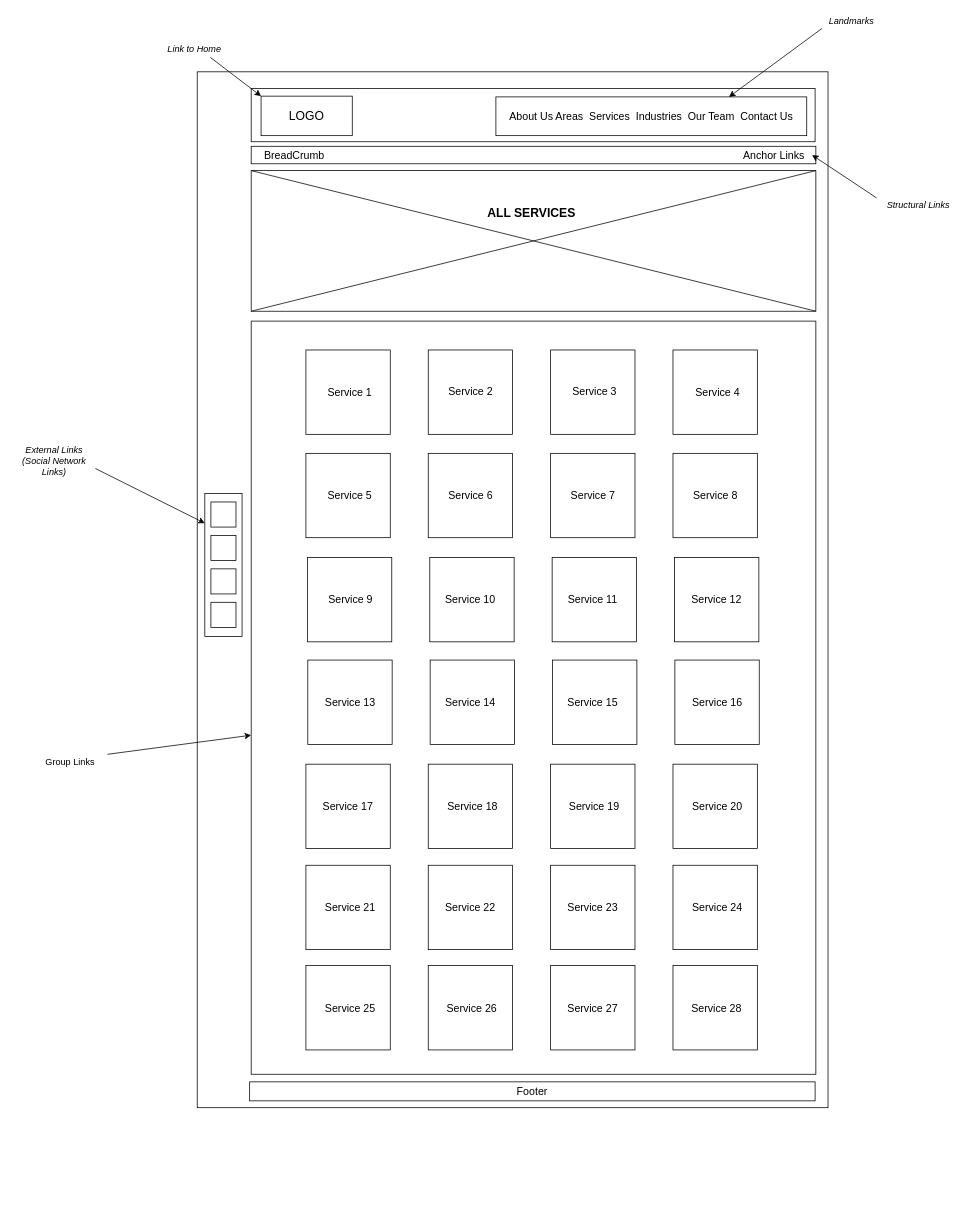
Above: Design Documents/Wireframes/AllServices.drawio in manzomanze/HypermediaApplicationsProject-Manzella-Messuti-Pelagatti-Pellizzer (draw.io), before the change. Source tidied: cells renumbered, new cells numbered last; positions are measured from the earlier drawing's top-left corner, leaving out a move shared by most shapes. Both pictures are drawn from the tidied source at 76%, with x=0, y=0 at pixel (13, 13).
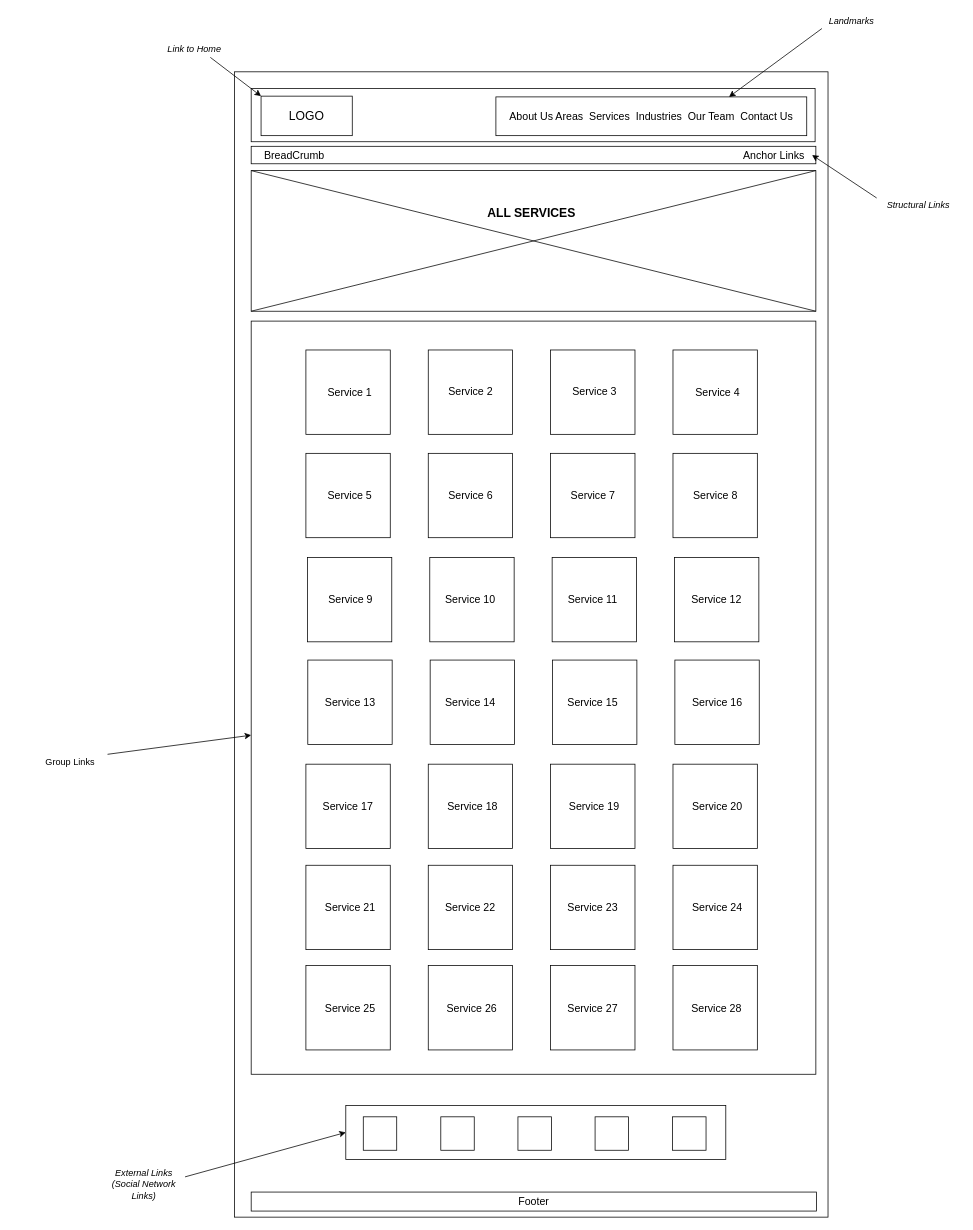
After the change.

Change to the diagram source:
```diff
@@
     <mxCell id="2" style="rounded=0;whiteSpace=wrap;html=1;fillColor=none;" parent="1" vertex="1">
-      <mxGeometry x="242" y="77" width="830" height="1363" as="geometry" />
+      <mxGeometry x="291" y="77" width="781" height="1507" as="geometry" />
     </mxCell>
@@
     <mxCell id="19" value="&lt;font style=&quot;font-size: 14px&quot;&gt;Footer&lt;/font&gt;" style="rounded=0;whiteSpace=wrap;html=1;strokeColor=#000000;fillColor=none;" parent="1" vertex="1">
-      <mxGeometry x="311" y="1406" width="744" height="25" as="geometry" />
+      <mxGeometry x="313" y="1551" width="744" height="25" as="geometry" />
     </mxCell>
-    <mxCell id="20" style="rounded=0;whiteSpace=wrap;html=1;strokeColor=#000000;fillColor=none;" parent="1" vertex="1">
-      <mxGeometry x="252" y="632" width="49" height="188" as="geometry" />
-    </mxCell>
-    <mxCell id="21" style="whiteSpace=wrap;html=1;strokeColor=#000000;fillColor=none;" parent="1" vertex="1">
-      <mxGeometry x="260" y="643" width="33" height="33" as="geometry" />
-    </mxCell>
-    <mxCell id="22" style="whiteSpace=wrap;html=1;strokeColor=#000000;fillColor=none;" parent="1" vertex="1">
-      <mxGeometry x="260" y="687" width="33" height="33" as="geometry" />
-    </mxCell>
-    <mxCell id="23" style="whiteSpace=wrap;html=1;strokeColor=#000000;fillColor=none;" parent="1" vertex="1">
-      <mxGeometry x="260" y="731" width="33" height="33" as="geometry" />
-    </mxCell>
-    <mxCell id="24" style="whiteSpace=wrap;html=1;strokeColor=#000000;fillColor=none;" parent="1" vertex="1">
-      <mxGeometry x="260" y="775" width="33" height="33" as="geometry" />
-    </mxCell>
-    <mxCell id="25" value="&lt;i&gt;External Links (Social Network Links)&lt;/i&gt;" style="text;html=1;strokeColor=none;fillColor=none;align=center;verticalAlign=middle;whiteSpace=wrap;rounded=0;" parent="1" vertex="1">
-      <mxGeometry y="579" width="108" height="20" as="geometry" />
-    </mxCell>
-    <mxCell id="26" style="endArrow=classic;html=1;entryX=0;entryY=0.207;entryDx=0;entryDy=0;entryPerimeter=0;exitX=1;exitY=1;exitDx=0;exitDy=0;" parent="1" edge="1" source="25" target="20">
-      <mxGeometry relative="1" as="geometry" />
-    </mxCell>
@@
+    <mxCell id="25" value="&lt;i&gt;External Links (Social Network Links)&lt;/i&gt;" style="text;html=1;strokeColor=none;fillColor=none;align=center;verticalAlign=middle;whiteSpace=wrap;rounded=0;" parent="1" vertex="1">
+      <mxGeometry x="118" y="1531" width="108" height="20" as="geometry" />
+    </mxCell>
+    <mxCell id="87" style="whiteSpace=wrap;html=1;" parent="1" vertex="1">
+      <mxGeometry x="460.5" y="1452" width="44" height="44" as="geometry" />
+    </mxCell>
+    <mxCell id="88" style="whiteSpace=wrap;html=1;" parent="1" vertex="1">
+      <mxGeometry x="664" y="1452" width="44" height="44" as="geometry" />
+    </mxCell>
+    <mxCell id="89" style="whiteSpace=wrap;html=1;" parent="1" vertex="1">
+      <mxGeometry x="765.5" y="1452" width="44" height="44" as="geometry" />
+    </mxCell>
+    <mxCell id="90" style="whiteSpace=wrap;html=1;" parent="1" vertex="1">
+      <mxGeometry x="562.5" y="1452" width="44" height="44" as="geometry" />
+    </mxCell>
+    <mxCell id="91" style="whiteSpace=wrap;html=1;" parent="1" vertex="1">
+      <mxGeometry x="867.5" y="1452" width="44" height="44" as="geometry" />
+    </mxCell>
+    <mxCell id="92" style="rounded=0;whiteSpace=wrap;html=1;fillColor=none;" parent="1" vertex="1">
+      <mxGeometry x="437.5" y="1437" width="500" height="71" as="geometry" />
+    </mxCell>
+    <mxCell id="93" style="endArrow=classic;html=1;exitX=1;exitY=0;exitDx=0;exitDy=0;entryX=0;entryY=0.5;entryDx=0;entryDy=0;" parent="1" edge="1" source="25" target="92">
+      <mxGeometry relative="1" as="geometry" />
+    </mxCell>
```
